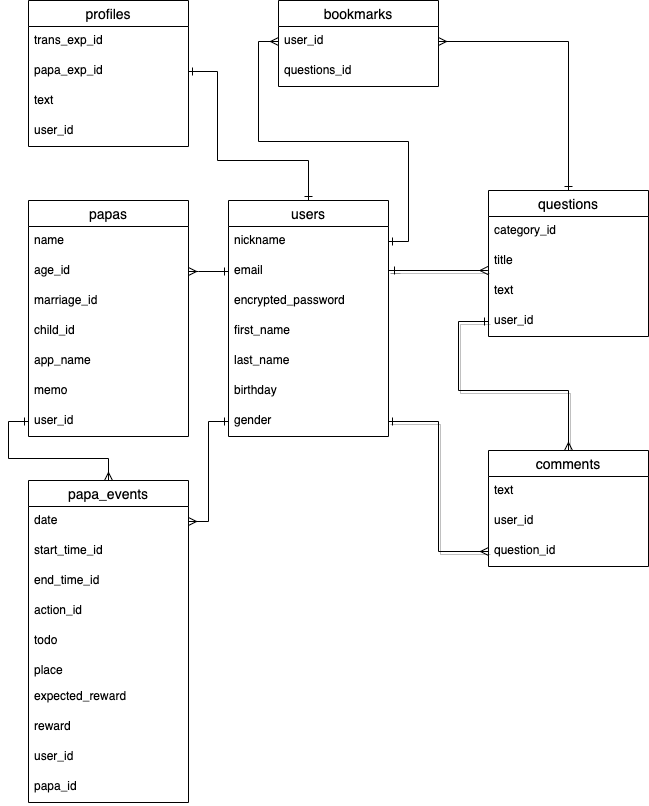
Before: ER.drawio.png, a diagram exported from draw.io (Chukoto/wyvez-test). Source tidied: cells renumbered, new cells last; positions are measured from the earlier drawing's top-left corner, leaving out a move shared by most shapes.
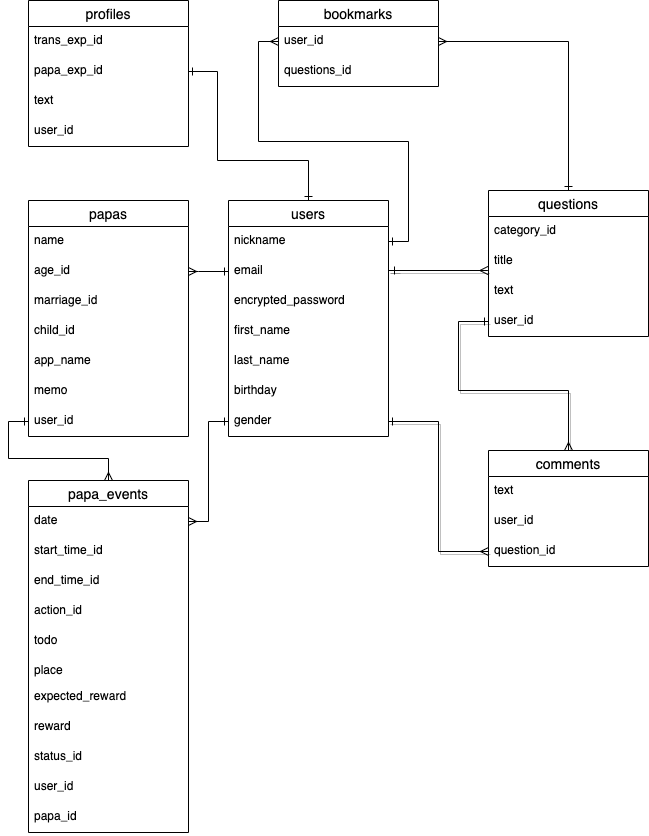
The same diagram one commit later.

Commit message:
ER図、ReadMeの見直し・修正

The edit, as a diff of the source:
```diff
@@ -153,7 +153,7 @@
       <mxGeometry relative="1" as="geometry" />
     </mxCell>
     <mxCell id="43" value="papa_events" style="swimlane;fontStyle=0;horizontal=1;startSize=26;align=center;fontSize=14;" parent="1" vertex="1">
-      <mxGeometry y="480" width="160" height="322" as="geometry" />
+      <mxGeometry y="480" width="160" height="352" as="geometry" />
     </mxCell>
     <mxCell id="44" value="date" style="text;strokeColor=none;fillColor=none;spacingLeft=4;spacingRight=4;overflow=hidden;points=[[0,0.5],[1,0.5]];portConstraint=eastwest;fontSize=12;" parent="43" vertex="1">
       <mxGeometry y="26" width="160" height="30" as="geometry" />
@@ -179,11 +179,14 @@
     <mxCell id="51" value="reward" style="text;strokeColor=none;fillColor=none;spacingLeft=4;spacingRight=4;overflow=hidden;fontSize=12;" parent="43" vertex="1">
       <mxGeometry y="232" width="160" height="30" as="geometry" />
     </mxCell>
+    <mxCell id="55" value="status_id" style="text;strokeColor=none;fillColor=none;spacingLeft=4;spacingRight=4;overflow=hidden;fontSize=12;" parent="43" vertex="1">
+      <mxGeometry y="262" width="160" height="30" as="geometry" />
+    </mxCell>
     <mxCell id="52" value="user_id" style="text;strokeColor=none;fillColor=none;spacingLeft=4;spacingRight=4;overflow=hidden;fontSize=12;" parent="43" vertex="1">
-      <mxGeometry y="262" width="160" height="30" as="geometry" />
+      <mxGeometry y="292" width="160" height="30" as="geometry" />
     </mxCell>
     <mxCell id="53" value="papa_id" style="text;strokeColor=none;fillColor=none;spacingLeft=4;spacingRight=4;overflow=hidden;fontSize=12;" parent="43" vertex="1">
-      <mxGeometry y="292" width="160" height="30" as="geometry" />
+      <mxGeometry y="322" width="160" height="30" as="geometry" />
     </mxCell>
     <mxCell id="54" style="edgeStyle=orthogonalEdgeStyle;rounded=0;jettySize=auto;html=1;exitX=1;exitY=0.5;exitDx=0;exitDy=0;entryX=0;entryY=0.5;entryDx=0;entryDy=0;endArrow=ERone;endFill=0;startArrow=ERmany;startFill=0;" parent="1" edge="1" source="44" target="32">
       <mxGeometry relative="1" as="geometry" />
```
